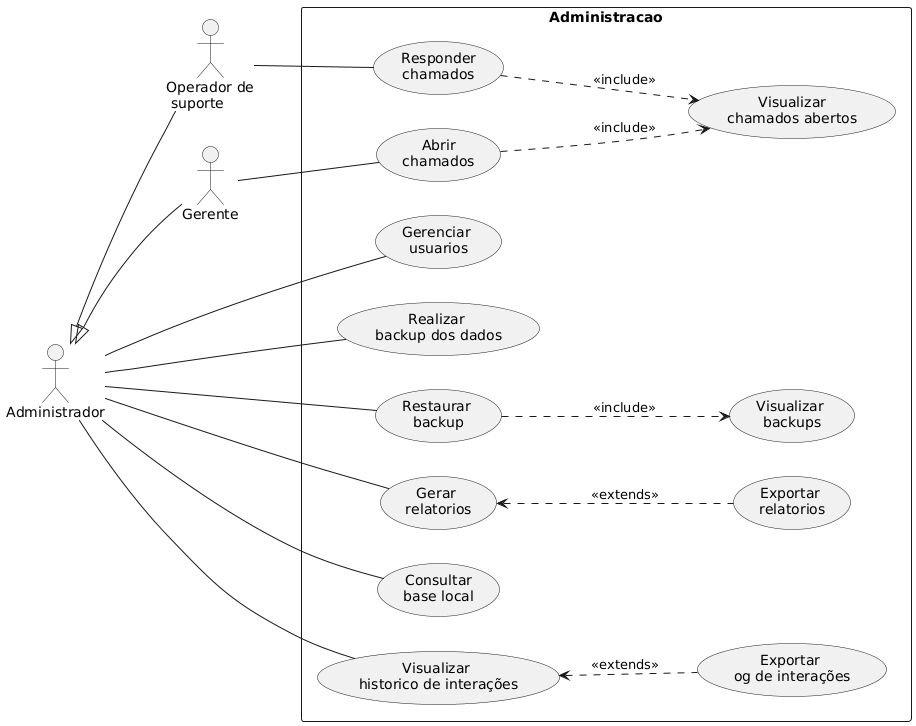
Earlier version of the PlantUML export specs/casos de uso/uml_usecase_admin.png (Luiz-Gomess/DVP_APS).
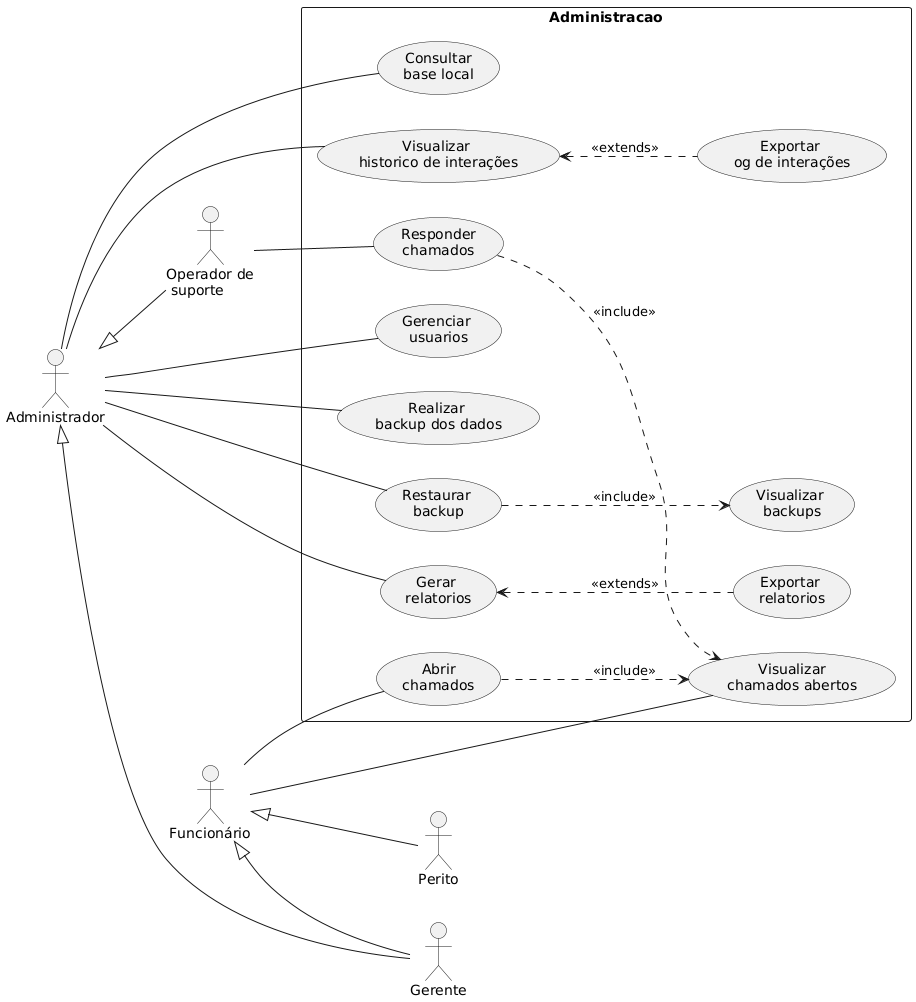
After the change.

Commit message:
update usecases: admin, actors & commen user

What changed in the source:
```diff
@@ -4,7 +4,9 @@
 
 actor "Administrador" as adm
 actor "Operador de\n suporte" as sup
-actor "Gerente" as mngr
+actor "Gerente" as ger
+actor "Perito" as per
+actor "Funcionário" as fun
 
 rectangle Administracao {
     (Gerenciar \nusuarios) as gus
@@ -21,9 +23,12 @@
     (Exportar \log de interações) as xlogi
 
     adm <|-- sup
-    adm <|-- mngr
+    adm <|-- ger
+    fun <|-- ger
+    fun <|-- per
 
-    mngr -- ach
+    fun -- ach
+    fun -- vch
     adm -- cbl
     adm -- gus
     adm -- bkp
```
